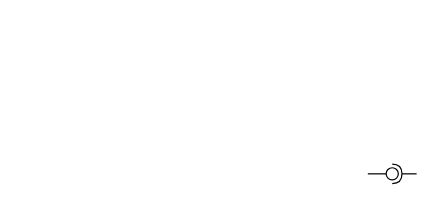
The draw.io diagram Untitled Diagram.drawio in INSPIRE-5Gplus/inspire5gpluswp2architecture, before the edit. Source tidied: cells renumbered, new cells numbered last; positions are measured from the earlier drawing's top-left corner, leaving out a move shared by most shapes. Both pictures are drawn from the tidied source at 122%, with x=0, y=0 at pixel (367, 167).
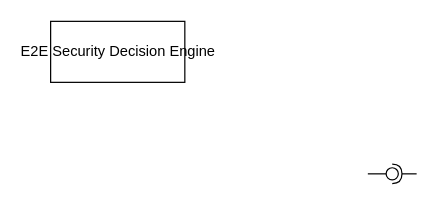
The same diagram, later.

Change to the diagram source:
```diff
@@
 <mxGraphModel background="#ffffff">
   <root>
     <mxCell id="0" />
     <mxCell id="1" parent="0" />
     <mxCell id="2" style="rounded=0;jettySize=auto;html=1;endArrow=none;endFill=0;" parent="1" edge="1" target="4">
       <mxGeometry relative="1" as="geometry">
         <mxPoint y="5" as="sourcePoint" />
       </mxGeometry>
     </mxCell>
     <mxCell id="3" style="rounded=0;jettySize=auto;html=1;endArrow=halfCircle;endFill=0;entryX=0.5;entryY=0.5;entryDx=0;entryDy=0;endSize=6;strokeWidth=1;" parent="1" edge="1" target="4">
       <mxGeometry relative="1" as="geometry">
         <mxPoint x="40" y="5" as="sourcePoint" />
       </mxGeometry>
     </mxCell>
     <mxCell id="4" style="ellipse;whiteSpace=wrap;html=1;fontFamily=Helvetica;fontSize=12;fontColor=#000000;align=center;strokeColor=#000000;fillColor=#ffffff;points=[];" parent="1" vertex="1">
       <mxGeometry x="15" width="10" height="10" as="geometry" />
     </mxCell>
+    <mxCell id="5" value="E2E Security Decision Engine" style="html=1;" parent="1" vertex="1">
+      <mxGeometry x="-260" y="-120" width="110" height="50" as="geometry" />
+    </mxCell>
   </root>
 </mxGraphModel>
```
